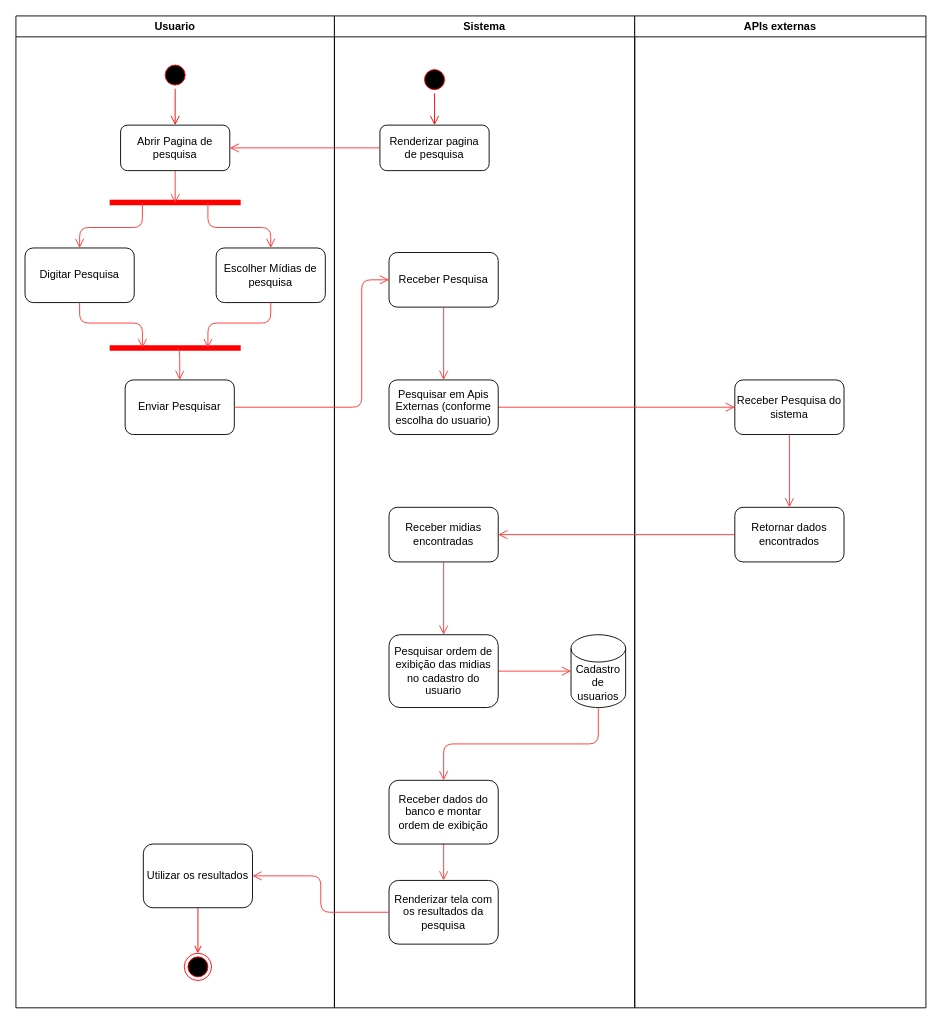
The draw.io diagram page "Atividades" (2 of 3) of ADO_3_Arq.drawio in MatheusSantosDev/diagramas-UML, before the edit. Source tidied: cells renumbered, new cells numbered last; positions are measured from the earlier drawing's top-left corner, leaving out a move shared by most shapes. Both pictures are drawn from the tidied source at 91%, with x=0, y=0 at pixel (15, 15).
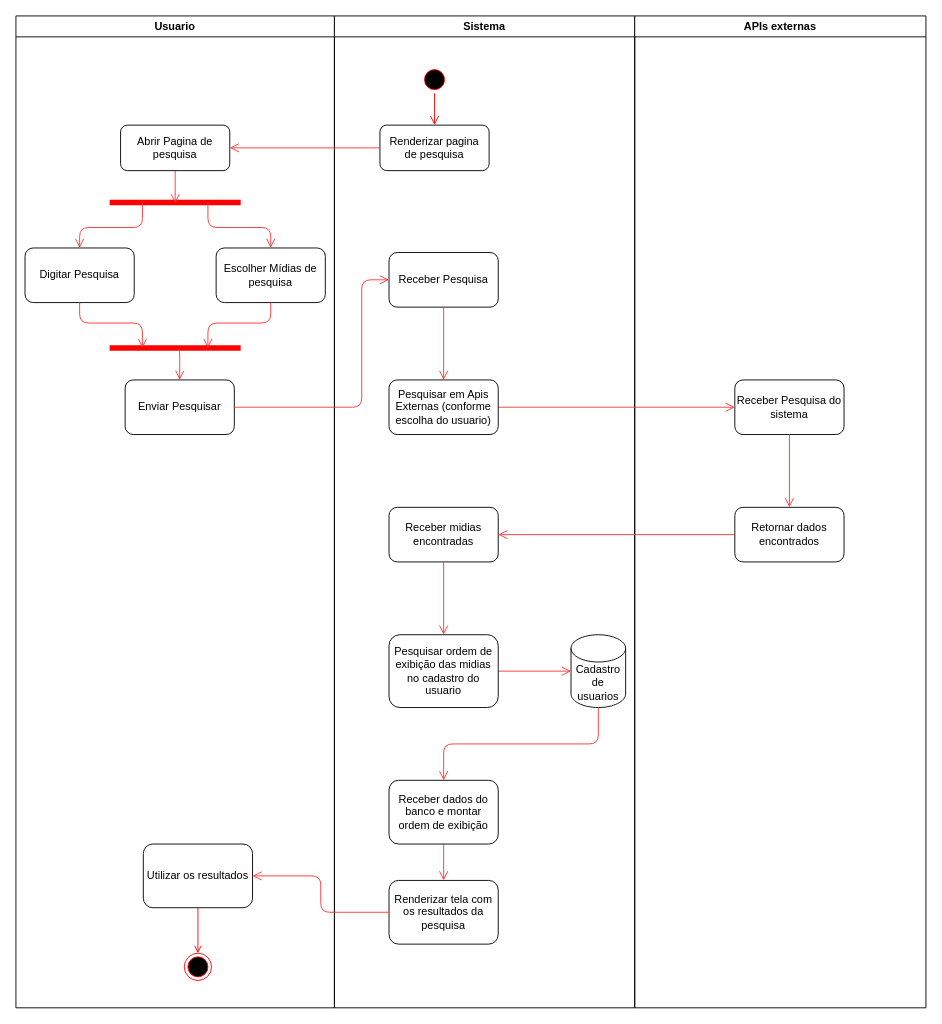
After the change.

Unchanged cells that the change refers to:
```xml
<mxCell id="2" value="Usuario" style="swimlane;whiteSpace=wrap;" parent="1" vertex="1">
  <mxGeometry width="350" height="1090" as="geometry" />
</mxCell>
<mxCell id="11" value="Abrir Pagina de pesquisa" style="rounded=1;whiteSpace=wrap;html=1;" parent="2" vertex="1">
  <mxGeometry x="115" y="120" width="120" height="50" as="geometry" />
</mxCell>
```

The edit, as a diff of the source:
```diff
@@
-    <mxCell id="3" style="ellipse;html=1;shape=startState;fillColor=#000000;strokeColor=#ff0000;" parent="2" vertex="1">
-      <mxGeometry x="160" y="50" width="30" height="30" as="geometry" />
-    </mxCell>
-    <mxCell id="4" style="edgeStyle=orthogonalEdgeStyle;html=1;verticalAlign=bottom;endArrow=open;endSize=8;strokeColor=#ff0000;entryX=0.5;entryY=0;entryDx=0;entryDy=0;" parent="2" edge="1" source="3" target="11">
-      <mxGeometry relative="1" as="geometry" />
-    </mxCell>
```
